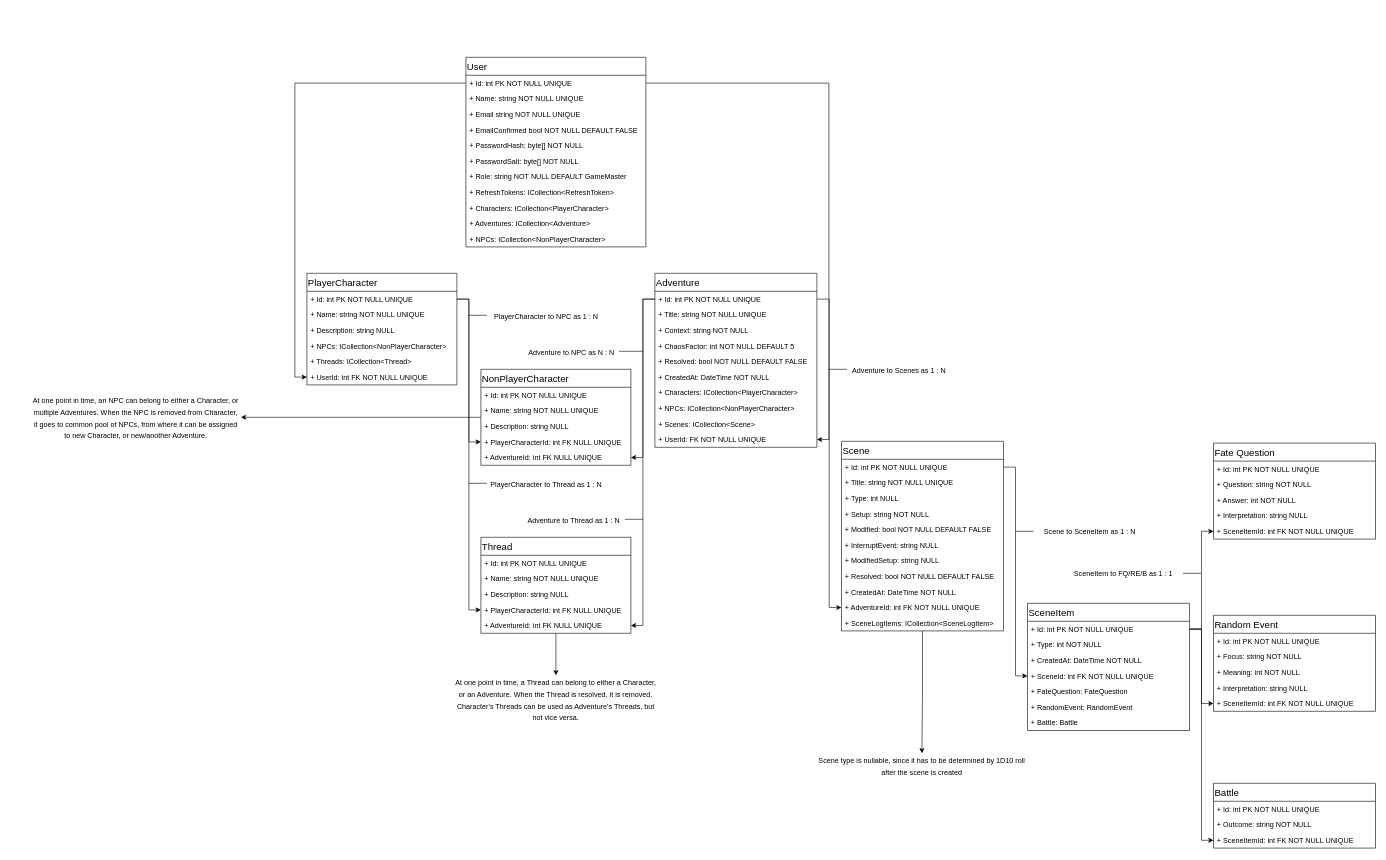
Earlier version of the draw.io diagram page "Data Structure" (3 of 3) of App Flow and Data Structure.drawio (StanisKo/MGME). Source tidied: cells renumbered, new cells numbered last; positions are measured from the earlier drawing's top-left corner, leaving out a move shared by most shapes. Both pictures are drawn from the tidied source at 60%, with x=0, y=0 at pixel (31, 57).
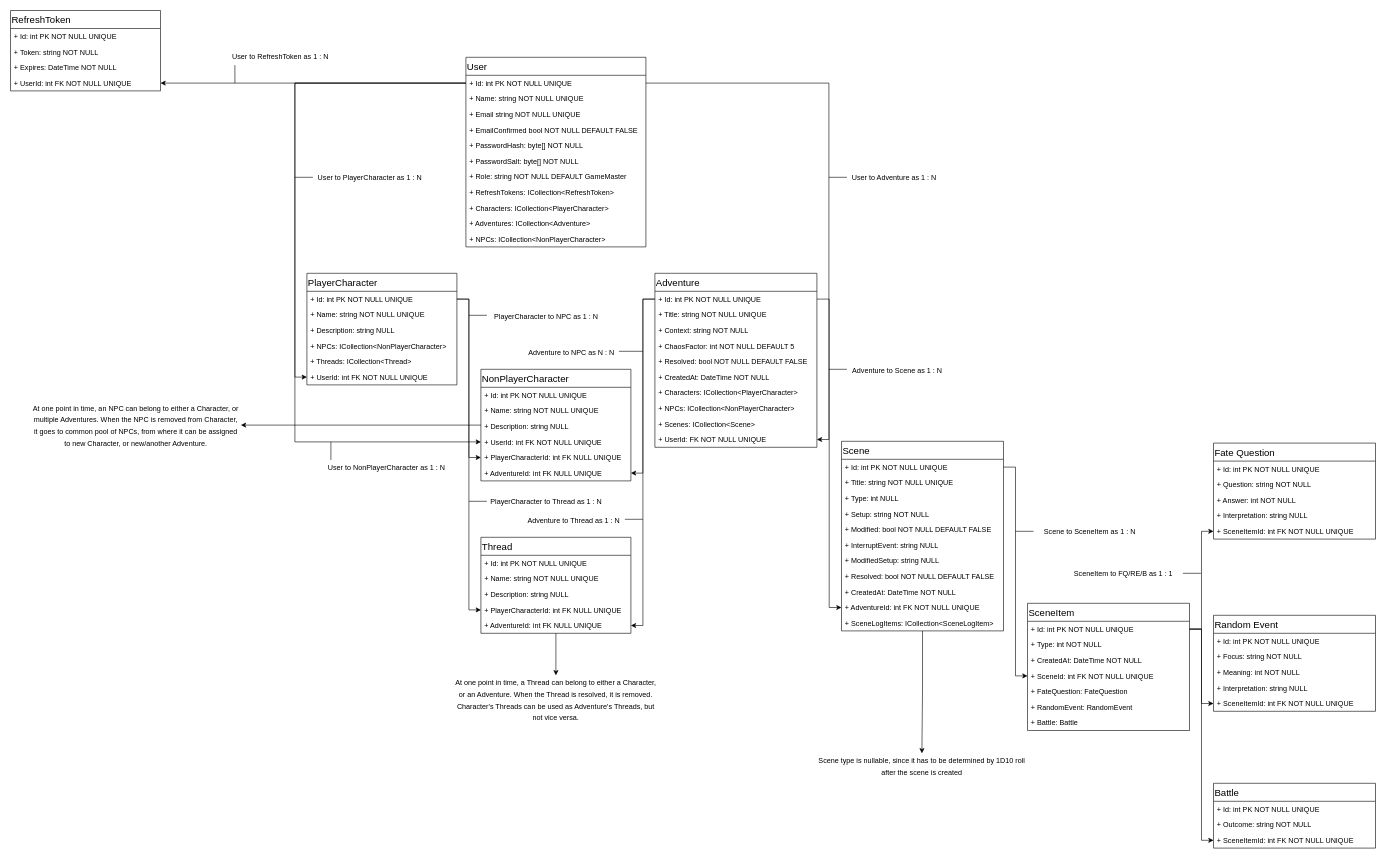
Above is the later version.

Commit message:
introduce user relations

Unchanged cells that the change refers to:
```xml
<mxCell id="98" value="+ Id: int PK NOT NULL UNIQUE" style="text;strokeColor=none;fillColor=none;align=left;verticalAlign=top;spacingLeft=4;spacingRight=4;overflow=hidden;points=[[0,0.5],[1,0.5]];portConstraint=eastwest;" parent="97" vertex="1">
  <mxGeometry y="30" width="300" height="26" as="geometry" />
</mxCell>
```

Change to the diagram source:
```diff
@@
     <mxCell id="30" value="NonPlayerCharacter" style="swimlane;fontStyle=0;align=left;verticalAlign=top;horizontal=1;startSize=30;rounded=0;strokeColor=#000000;strokeWidth=1;fillColor=none;fontSize=16;fontColor=#000000;" parent="1" vertex="1">
-      <mxGeometry x="750" y="520" width="250" height="160" as="geometry" />
+      <mxGeometry x="750" y="520" width="250" height="186" as="geometry" />
     </mxCell>
@@
+    <mxCell id="111" value="+ UserId: int FK NOT NULL UNIQUE" style="text;strokeColor=none;fillColor=none;align=left;verticalAlign=top;spacingLeft=4;spacingRight=4;overflow=hidden;points=[[0,0.5],[1,0.5]];portConstraint=eastwest;" parent="30" vertex="1">
+      <mxGeometry y="108" width="250" height="26" as="geometry" />
+    </mxCell>
     <mxCell id="34" value="+ PlayerCharacterId: int FK NULL UNIQUE" style="text;strokeColor=none;fillColor=none;align=left;verticalAlign=top;spacingLeft=4;spacingRight=4;overflow=hidden;points=[[0,0.5],[1,0.5]];portConstraint=eastwest;" parent="30" vertex="1">
-      <mxGeometry y="108" width="250" height="26" as="geometry" />
+      <mxGeometry y="134" width="250" height="26" as="geometry" />
     </mxCell>
     <mxCell id="35" value="+ AdventureId: int FK NULL UNIQUE" style="text;strokeColor=none;fillColor=none;align=left;verticalAlign=top;spacingLeft=4;spacingRight=4;overflow=hidden;points=[[0,0.5],[1,0.5]];portConstraint=eastwest;" parent="30" vertex="1">
-      <mxGeometry y="134" width="250" height="26" as="geometry" />
+      <mxGeometry y="160" width="250" height="26" as="geometry" />
     </mxCell>
@@
     <mxCell id="38" style="endArrow=none;html=1;strokeWidth=1;fontSize=16;fontColor=#000000;" parent="1" edge="1">
       <mxGeometry relative="1" as="geometry">
-        <mxPoint x="730" y="710" as="sourcePoint" />
-        <mxPoint x="760" y="710" as="targetPoint" />
+        <mxPoint x="730" y="740" as="sourcePoint" />
+        <mxPoint x="760" y="740" as="targetPoint" />
       </mxGeometry>
     </mxCell>
     <mxCell id="39" value="&lt;font style=&quot;font-size: 12px&quot;&gt;PlayerCharacter to Thread as 1 : N&lt;/font&gt;" style="text;html=1;strokeColor=none;fillColor=none;align=center;verticalAlign=middle;whiteSpace=wrap;rounded=0;fontSize=16;fontColor=#000000;" parent="1" vertex="1">
-      <mxGeometry x="758" y="700" width="202" height="20" as="geometry" />
+      <mxGeometry x="758" y="729" width="202" height="20" as="geometry" />
     </mxCell>
@@
     <mxCell id="47" value="&lt;font style=&quot;font-size: 12px&quot;&gt;At one point in time, an NPC can belong to either a Character, or multiple Adventures. When the NPC is removed from Character, it goes to common pool of NPCs, from where it can be assigned to new Character, or new/another Adventure.&lt;/font&gt;" style="text;html=1;strokeColor=none;fillColor=none;align=center;verticalAlign=middle;whiteSpace=wrap;rounded=0;fontSize=16;fontColor=#000000;" parent="1" vertex="1">
-      <mxGeometry y="590" width="350" height="20" as="geometry" />
+      <mxGeometry y="603" width="350" height="20" as="geometry" />
     </mxCell>
@@
-    <mxCell id="62" value="&lt;font style=&quot;font-size: 12px&quot;&gt;Adventure to Scenes as 1 : N&lt;/font&gt;" style="text;html=1;strokeColor=none;fillColor=none;align=center;verticalAlign=middle;whiteSpace=wrap;rounded=0;fontSize=16;fontColor=#000000;" parent="1" vertex="1">
-      <mxGeometry x="1346" y="510" width="202" height="20" as="geometry" />
+    <mxCell id="62" value="&lt;font style=&quot;font-size: 12px&quot;&gt;Adventure to Scene as 1 : N&lt;/font&gt;" style="text;html=1;strokeColor=none;fillColor=none;align=center;verticalAlign=middle;whiteSpace=wrap;rounded=0;fontSize=16;fontColor=#000000;" parent="1" vertex="1">
+      <mxGeometry x="1343" y="510" width="202" height="20" as="geometry" />
     </mxCell>
@@
+    <mxCell id="112" style="edgeStyle=orthogonalEdgeStyle;rounded=0;jettySize=auto;html=1;strokeWidth=1;fontSize=16;fontColor=#000000;entryX=0;entryY=0.5;entryDx=0;entryDy=0;" parent="1" edge="1" source="98" target="111">
+      <mxGeometry relative="1" as="geometry">
+        <Array as="points">
+          <mxPoint x="440" y="43" />
+          <mxPoint x="440" y="641" />
+        </Array>
+      </mxGeometry>
+    </mxCell>
+    <mxCell id="113" value="RefreshToken" style="swimlane;fontStyle=0;align=left;verticalAlign=top;horizontal=1;startSize=30;rounded=0;strokeColor=#000000;strokeWidth=1;fillColor=none;fontSize=16;fontColor=#000000;" parent="1" vertex="1">
+      <mxGeometry x="-34" y="-78" width="250" height="134" as="geometry" />
+    </mxCell>
+    <mxCell id="114" value="+ Id: int PK NOT NULL UNIQUE" style="text;strokeColor=none;fillColor=none;align=left;verticalAlign=top;spacingLeft=4;spacingRight=4;overflow=hidden;" parent="113" vertex="1">
+      <mxGeometry y="30" width="250" height="26" as="geometry" />
+    </mxCell>
+    <mxCell id="115" value="+ Token: string NOT NULL" style="text;strokeColor=none;fillColor=none;align=left;verticalAlign=top;spacingLeft=4;spacingRight=4;overflow=hidden;" parent="113" vertex="1">
+      <mxGeometry y="56" width="250" height="26" as="geometry" />
+    </mxCell>
+    <mxCell id="116" value="+ Expires: DateTime NOT NULL" style="text;strokeColor=none;fillColor=none;align=left;verticalAlign=top;spacingLeft=4;spacingRight=4;overflow=hidden;" parent="113" vertex="1">
+      <mxGeometry y="82" width="250" height="26" as="geometry" />
+    </mxCell>
+    <mxCell id="117" value="+ UserId: int FK NOT NULL UNIQUE" style="text;strokeColor=none;fillColor=none;align=left;verticalAlign=top;spacingLeft=4;spacingRight=4;overflow=hidden;points=[[0,0.5],[1,0.5]];portConstraint=eastwest;" parent="113" vertex="1">
+      <mxGeometry y="108" width="250" height="26" as="geometry" />
+    </mxCell>
+    <mxCell id="118" style="edgeStyle=orthogonalEdgeStyle;rounded=0;jettySize=auto;html=1;entryX=1;entryY=0.5;entryDx=0;entryDy=0;strokeWidth=1;fontSize=16;fontColor=#000000;" parent="1" edge="1" source="98" target="117">
+      <mxGeometry relative="1" as="geometry" />
+    </mxCell>
+    <mxCell id="119" style="endArrow=none;html=1;strokeWidth=1;fontSize=16;fontColor=#000000;" parent="1" edge="1">
+      <mxGeometry relative="1" as="geometry">
+        <mxPoint x="340" y="43" as="sourcePoint" />
+        <mxPoint x="340" y="13" as="targetPoint" />
+      </mxGeometry>
+    </mxCell>
+    <mxCell id="120" value="&lt;span style=&quot;font-size: 12px&quot;&gt;User to RefreshToken as 1 : N&lt;/span&gt;" style="text;html=1;strokeColor=none;fillColor=none;align=center;verticalAlign=middle;whiteSpace=wrap;rounded=0;fontSize=16;fontColor=#000000;" parent="1" vertex="1">
+      <mxGeometry x="315" y="-13" width="202" height="20" as="geometry" />
+    </mxCell>
+    <mxCell id="121" style="endArrow=none;html=1;strokeWidth=1;fontSize=16;fontColor=#000000;" parent="1" edge="1">
+      <mxGeometry relative="1" as="geometry">
+        <mxPoint x="440" y="200" as="sourcePoint" />
+        <mxPoint x="470" y="200" as="targetPoint" />
+      </mxGeometry>
+    </mxCell>
+    <mxCell id="122" value="&lt;span style=&quot;font-size: 12px&quot;&gt;User to PlayerCharacter as 1 : N&lt;/span&gt;" style="text;html=1;strokeColor=none;fillColor=none;align=center;verticalAlign=middle;whiteSpace=wrap;rounded=0;fontSize=16;fontColor=#000000;" parent="1" vertex="1">
+      <mxGeometry x="464" y="189" width="202" height="20" as="geometry" />
+    </mxCell>
+    <mxCell id="123" style="endArrow=none;html=1;strokeWidth=1;fontSize=16;fontColor=#000000;" parent="1" edge="1">
+      <mxGeometry relative="1" as="geometry">
+        <mxPoint x="1330" y="200" as="sourcePoint" />
+        <mxPoint x="1360" y="200" as="targetPoint" />
+      </mxGeometry>
+    </mxCell>
+    <mxCell id="124" value="&lt;font style=&quot;font-size: 12px&quot;&gt;User to Adventure as 1 : N&lt;/font&gt;" style="text;html=1;strokeColor=none;fillColor=none;align=center;verticalAlign=middle;whiteSpace=wrap;rounded=0;fontSize=16;fontColor=#000000;" parent="1" vertex="1">
+      <mxGeometry x="1338" y="189" width="202" height="20" as="geometry" />
+    </mxCell>
+    <mxCell id="125" style="endArrow=none;html=1;strokeWidth=1;fontSize=16;fontColor=#000000;" parent="1" edge="1">
+      <mxGeometry relative="1" as="geometry">
+        <mxPoint x="500" y="671" as="sourcePoint" />
+        <mxPoint x="500" y="641" as="targetPoint" />
+      </mxGeometry>
+    </mxCell>
+    <mxCell id="126" value="&lt;span style=&quot;font-size: 12px&quot;&gt;User to NonPlayerCharacter as 1 : N&lt;/span&gt;" style="text;html=1;strokeColor=none;fillColor=none;align=center;verticalAlign=middle;whiteSpace=wrap;rounded=0;fontSize=16;fontColor=#000000;" parent="1" vertex="1">
+      <mxGeometry x="492" y="673" width="202" height="20" as="geometry" />
+    </mxCell>
```
